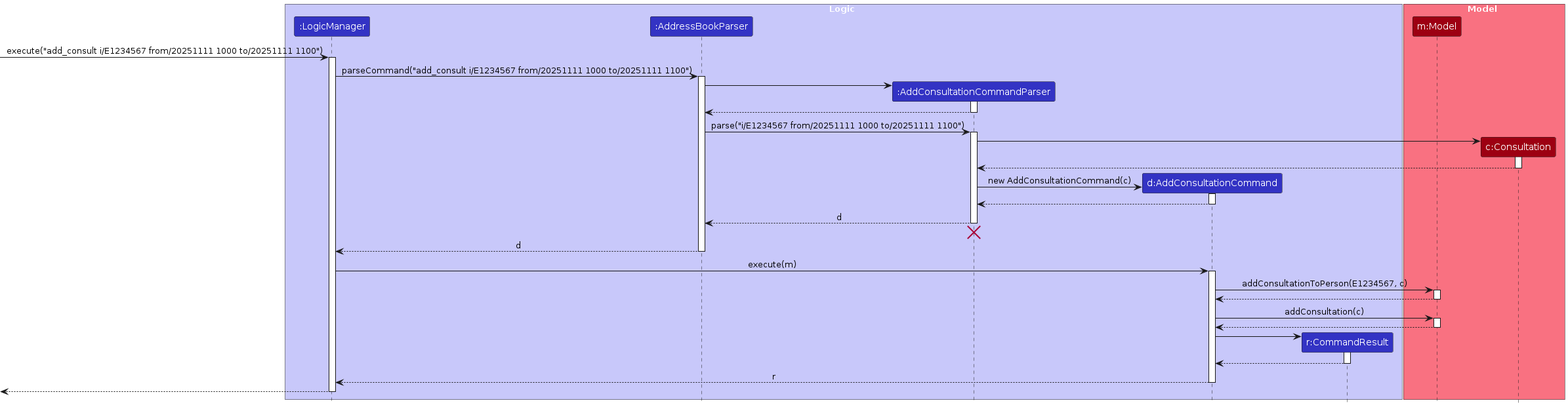
The PlantUML diagram diagrams/AddConsultationSequenceDiagram-Logic.png in AY2526S1-CS2103T-W11-1/tp, before a commit. Its source is kept beside it as diagrams/AddConsultationSequenceDiagram-Logic.puml. Its diagram source:
```plantuml
@startuml
!include style.puml
skinparam ArrowFontStyle plain

box Logic LOGIC_COLOR_T1
participant ":LogicManager" as LogicManager LOGIC_COLOR
participant ":AddressBookParser" as AddressBookParser LOGIC_COLOR
participant ":AddConsultationCommandParser" as AddConsultationCommandParser LOGIC_COLOR
participant "d:AddConsultationCommand" as AddConsultationCommand LOGIC_COLOR
participant "r:CommandResult" as CommandResult LOGIC_COLOR
end box

box Model MODEL_COLOR_T1
participant "m:Model" as Model MODEL_COLOR
participant "c:Consultation" as Consultation MODEL_COLOR
end box

[-> LogicManager : execute("add_consult i/E1234567 from/20251111 1000 to/20251111 1100")
activate LogicManager

LogicManager -> AddressBookParser : parseCommand("add_consult i/E1234567 from/20251111 1000 to/20251111 1100")
activate AddressBookParser

create AddConsultationCommandParser
AddressBookParser -> AddConsultationCommandParser
activate AddConsultationCommandParser

AddConsultationCommandParser --> AddressBookParser
deactivate AddConsultationCommandParser

AddressBookParser -> AddConsultationCommandParser : parse("i/E1234567 from/20251111 1000 to/20251111 1100")
activate AddConsultationCommandParser

create Consultation
AddConsultationCommandParser -> Consultation
activate Consultation

Consultation --> AddConsultationCommandParser
deactivate Consultation

create AddConsultationCommand
AddConsultationCommandParser -> AddConsultationCommand : new AddConsultationCommand(c)
activate AddConsultationCommand

AddConsultationCommand --> AddConsultationCommandParser :
deactivate AddConsultationCommand

AddConsultationCommandParser --> AddressBookParser : d
deactivate AddConsultationCommandParser
AddConsultationCommandParser -[hidden]-> AddressBookParser
destroy AddConsultationCommandParser

AddressBookParser --> LogicManager : d
deactivate AddressBookParser

LogicManager -> AddConsultationCommand : execute(m)
activate AddConsultationCommand

AddConsultationCommand -> Model : addConsultationToPerson(E1234567, c)
activate Model

Model --> AddConsultationCommand
deactivate Model

AddConsultationCommand -> Model : addConsultation(c)
activate Model

Model --> AddConsultationCommand
deactivate Model

create CommandResult
AddConsultationCommand -> CommandResult
activate CommandResult

CommandResult --> AddConsultationCommand
deactivate CommandResult

AddConsultationCommand --> LogicManager : r
deactivate AddConsultationCommand

[<--LogicManager
deactivate LogicManager
@enduml
```
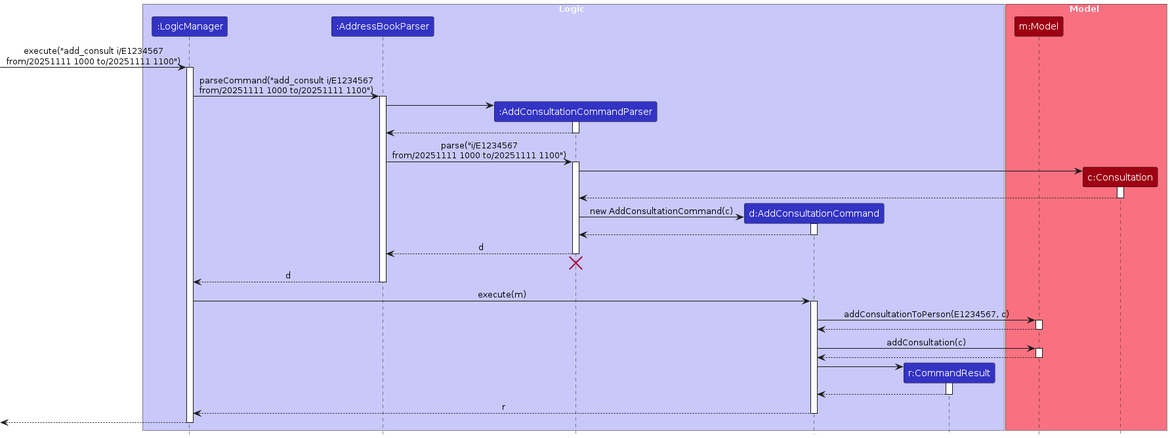
The same file after the commit.

What changed in the source:
```diff
@@ -15,10 +15,10 @@
 participant "c:Consultation" as Consultation MODEL_COLOR
 end box
 
-[-> LogicManager : execute("add_consult i/E1234567 from/20251111 1000 to/20251111 1100")
+[-> LogicManager : execute("add_consult i/E1234567\nfrom/20251111 1000 to/20251111 1100")
 activate LogicManager
 
-LogicManager -> AddressBookParser : parseCommand("add_consult i/E1234567 from/20251111 1000 to/20251111 1100")
+LogicManager -> AddressBookParser : parseCommand("add_consult i/E1234567\nfrom/20251111 1000 to/20251111 1100")
 activate AddressBookParser
 
 create AddConsultationCommandParser
@@ -28,7 +28,7 @@
 AddConsultationCommandParser --> AddressBookParser
 deactivate AddConsultationCommandParser
 
-AddressBookParser -> AddConsultationCommandParser : parse("i/E1234567 from/20251111 1000 to/20251111 1100")
+AddressBookParser -> AddConsultationCommandParser : parse("i/E1234567\nfrom/20251111 1000 to/20251111 1100")
 activate AddConsultationCommandParser
 
 create Consultation
```
